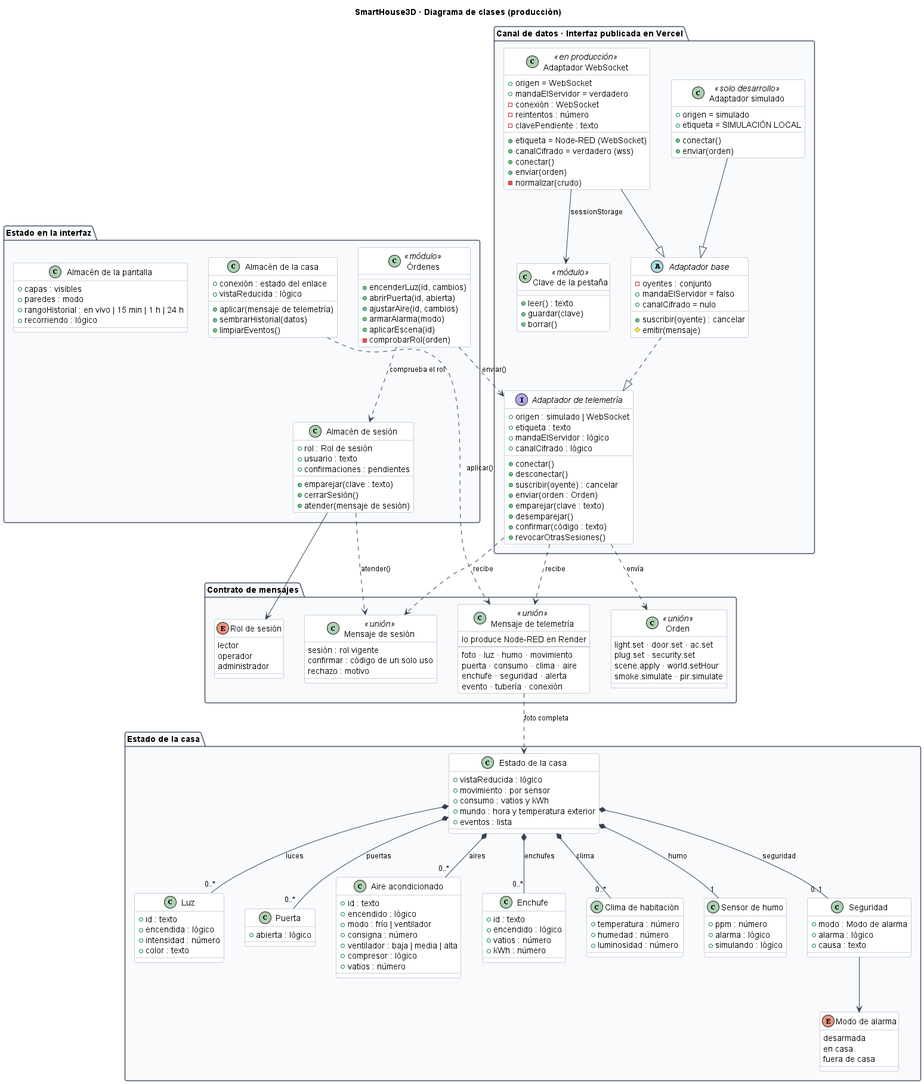
Above: docs/diagramas/png/clases.png in WilderG2004/SmartHouse3D (PlantUML), before the change.
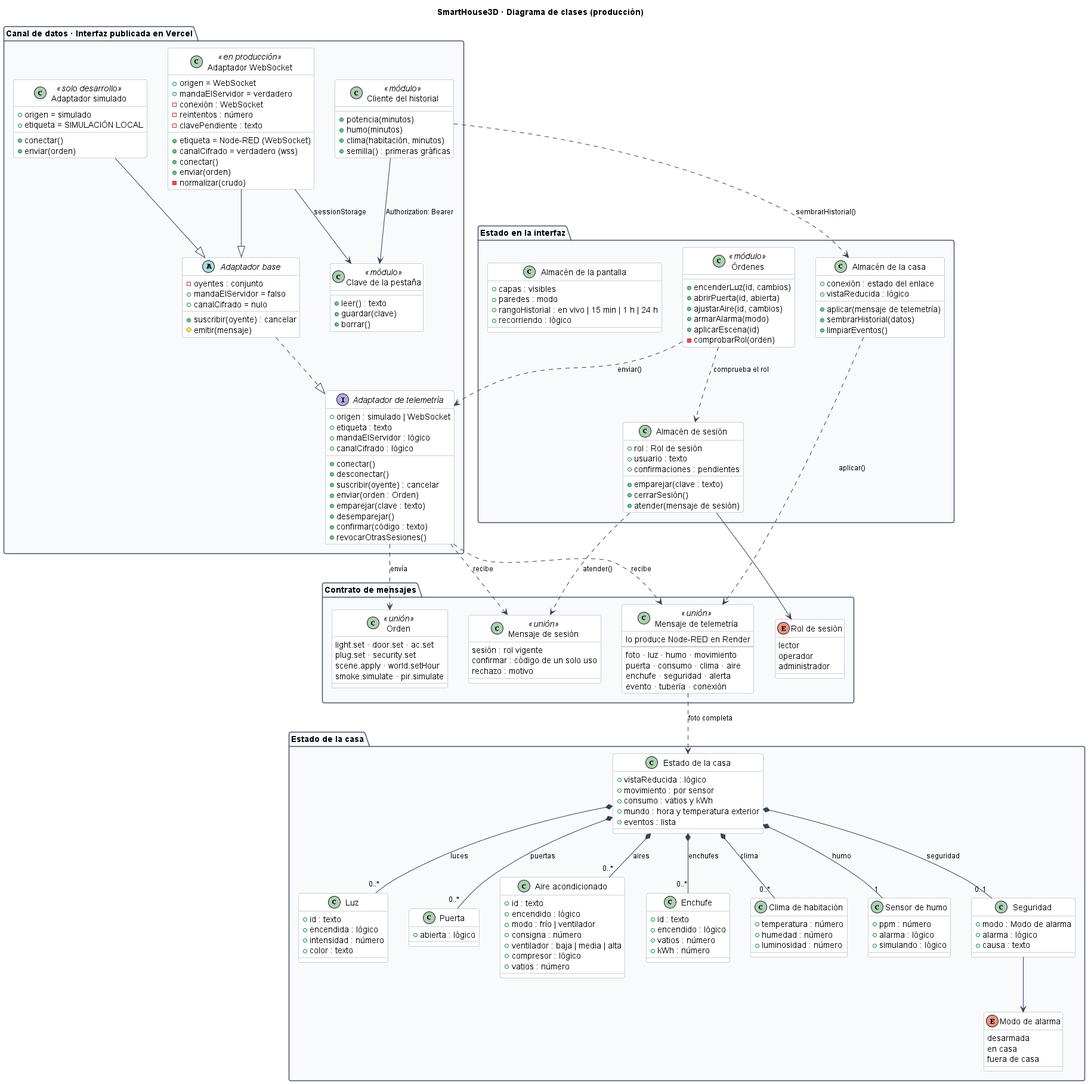
The same diagram one commit later.

Commit message:
Diagramas: cerrar los caminos que faltaban

What changed in the source:
```diff
@@ -69,10 +69,18 @@
     +borrar()
   }
 
+  class "Cliente del historial" as historyApi <<módulo>> {
+    +potencia(minutos)
+    +humo(minutos)
+    +clima(habitación, minutos)
+    +semilla() : primeras gráficas
+  }
+
   BaseAdapter ..|> TelemetryAdapter
   WebSocketAdapter --|> BaseAdapter
   SimulatedAdapter --|> BaseAdapter
   WebSocketAdapter --> pairingKey : "sessionStorage"
+  historyApi --> pairingKey : "Authorization: Bearer"
 }
 
 package "Contrato de mensajes" {
@@ -218,6 +226,7 @@
 TelemetryAdapter ..> SessionMessage : "recibe"
 TelemetryMessage ..> HouseSnapshot : "foto completa"
 HouseStore ..> TelemetryMessage : "aplicar()"
+historyApi ..> HouseStore : "sembrarHistorial()"
 SessionStore ..> SessionMessage : "atender()"
 SessionStore --> SessionRole
 
```
